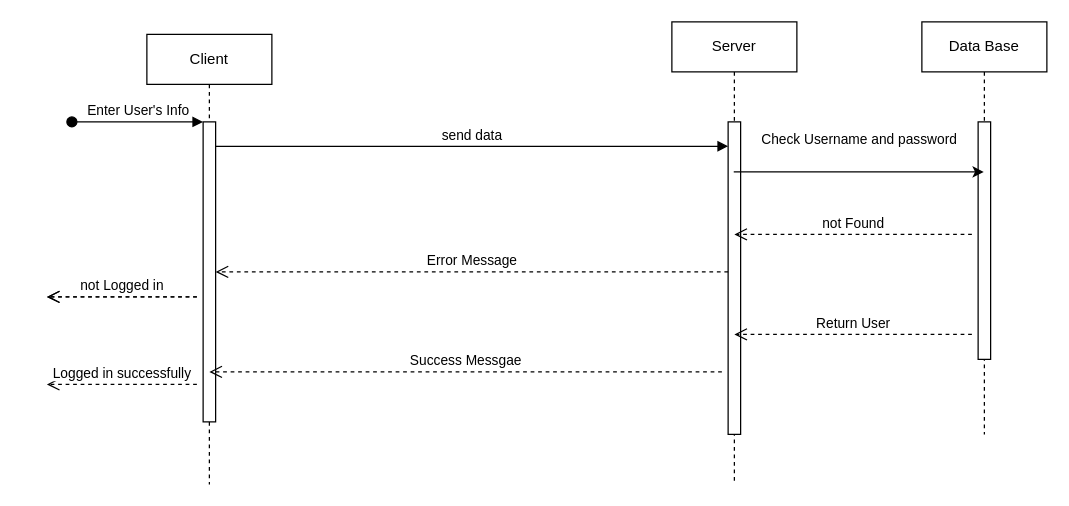
This is Login Request.drawio from HabebaHamada/Bank_System_QT, a draw.io file, before an edit. Source tidied: cells renumbered, new cells numbered last; positions are measured from the earlier drawing's top-left corner, leaving out a move shared by most shapes. Both pictures are drawn from the tidied source at 125%, with x=0, y=0 at pixel (46, 21).
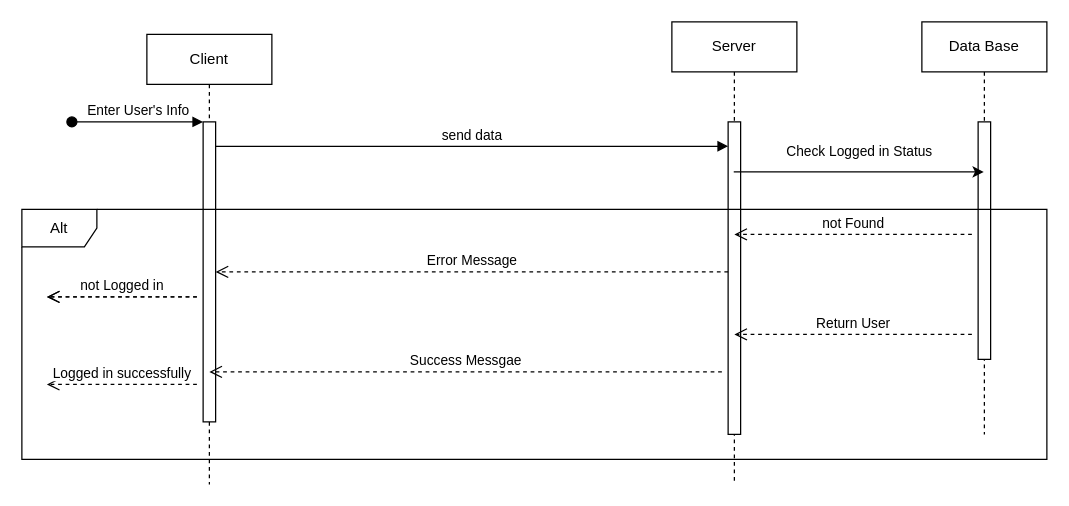
The same diagram, later.

Commit message:
update sequence diagram

Change to the diagram source:
```diff
@@
-    <mxCell id="12" value="&lt;div style=&quot;text-align: center;&quot;&gt;&lt;span style=&quot;font-size: 11px; text-wrap: nowrap; background-color: rgb(255, 255, 255);&quot;&gt;Check Username and password&lt;/span&gt;&lt;/div&gt;" style="text;whiteSpace=wrap;html=1;" parent="1" vertex="1">
-      <mxGeometry x="570" y="80" width="80" height="50" as="geometry" />
+    <mxCell id="12" value="&lt;div style=&quot;text-align: center;&quot;&gt;&lt;span style=&quot;font-size: 11px; text-wrap: nowrap; background-color: rgb(255, 255, 255);&quot;&gt;Check Logged in Status&lt;/span&gt;&lt;/div&gt;" style="text;whiteSpace=wrap;html=1;" parent="1" vertex="1">
+      <mxGeometry x="590" y="90" width="130" height="50" as="geometry" />
     </mxCell>
@@
+    <mxCell id="19" value="Alt" style="shape=umlFrame;whiteSpace=wrap;html=1;" parent="1" vertex="1">
+      <mxGeometry x="-20" y="150" width="820" height="200" as="geometry" />
+    </mxCell>
```
